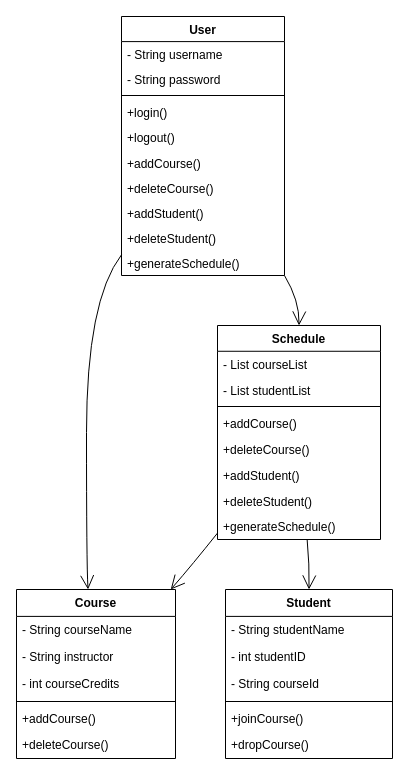
Above: Untitled Diagram.drawio in Laure-Sagar/Quiz-App (draw.io), before the change. Source tidied: cells renumbered, new cells numbered last; positions are measured from the earlier drawing's top-left corner, leaving out a move shared by most shapes. Both pictures are drawn from the tidied source at 100%, with x=0, y=0 at pixel (16, 16).
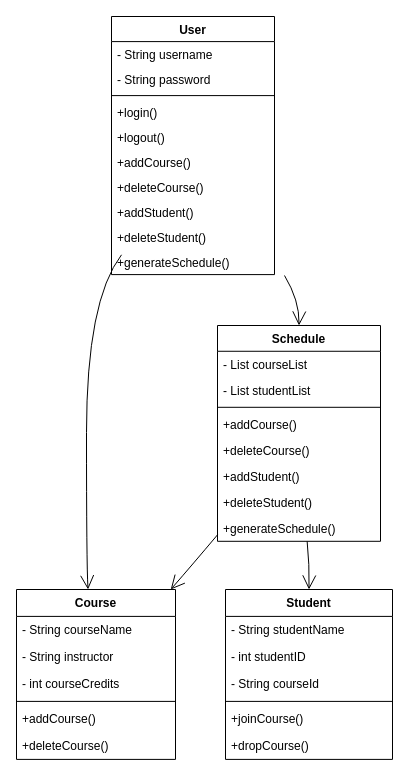
After the change.

What changed in the source:
```diff
@@
     <mxCell id="2" value="User" style="swimlane;fontStyle=1;align=center;verticalAlign=top;horizontal=1;startSize=25.1;" parent="1" vertex="1">
-      <mxGeometry x="105" width="163" height="259" as="geometry" />
+      <mxGeometry x="95" width="163" height="258.1" as="geometry" />
     </mxCell>
     <mxCell id="3" value="- String username" style="text;strokeColor=none;fillColor=none;align=left;verticalAlign=top;spacingLeft=4;spacingRight=4;overflow=hidden;" parent="2" vertex="1">
-      <mxGeometry y="25" width="163" height="25" as="geometry" />
+      <mxGeometry y="25.1" width="163" height="25" as="geometry" />
     </mxCell>
     <mxCell id="4" value="- String password" style="text;strokeColor=none;fillColor=none;align=left;verticalAlign=top;spacingLeft=4;spacingRight=4;overflow=hidden;" parent="2" vertex="1">
-      <mxGeometry y="50" width="163" height="25" as="geometry" />
+      <mxGeometry y="50.1" width="163" height="25" as="geometry" />
     </mxCell>
-    <mxCell id="5" style="line;strokeWidth=1;fillColor=none;align=left;verticalAlign=middle;spacingTop=-1;spacingLeft=3;spacingRight=3;labelPosition=right;strokeColor=inherit;" parent="2" vertex="1">
-      <mxGeometry y="75" width="163" height="8" as="geometry" />
-    </mxCell>
+    <mxCell id="40" style="line;strokeWidth=1;fillColor=none;align=left;verticalAlign=middle;spacingTop=-1;spacingLeft=3;spacingRight=3;labelPosition=right;strokeColor=inherit;" parent="2" vertex="1">
+      <mxGeometry y="75.1" width="163" height="8" as="geometry" />
+    </mxCell>
     <mxCell id="6" value="+login()" style="text;strokeColor=none;fillColor=none;align=left;verticalAlign=top;spacingLeft=4;spacingRight=4;overflow=hidden;" parent="2" vertex="1">
-      <mxGeometry y="83" width="163" height="25" as="geometry" />
+      <mxGeometry y="83.1" width="163" height="25" as="geometry" />
     </mxCell>
     <mxCell id="7" value="+logout()" style="text;strokeColor=none;fillColor=none;align=left;verticalAlign=top;spacingLeft=4;spacingRight=4;overflow=hidden;" parent="2" vertex="1">
-      <mxGeometry y="108" width="163" height="25" as="geometry" />
+      <mxGeometry y="108.1" width="163" height="25" as="geometry" />
     </mxCell>
-    <mxCell id="8" value="+addCourse()" style="text;strokeColor=none;fillColor=none;align=left;verticalAlign=top;spacingLeft=4;spacingRight=4;overflow=hidden;" parent="2" vertex="1">
-      <mxGeometry y="134" width="163" height="25" as="geometry" />
-    </mxCell>
-    <mxCell id="9" value="+deleteCourse()" style="text;strokeColor=none;fillColor=none;align=left;verticalAlign=top;spacingLeft=4;spacingRight=4;overflow=hidden;" parent="2" vertex="1">
-      <mxGeometry y="159" width="163" height="25" as="geometry" />
-    </mxCell>
-    <mxCell id="10" value="+addStudent()" style="text;strokeColor=none;fillColor=none;align=left;verticalAlign=top;spacingLeft=4;spacingRight=4;overflow=hidden;" parent="2" vertex="1">
-      <mxGeometry y="184" width="163" height="25" as="geometry" />
-    </mxCell>
-    <mxCell id="11" value="+deleteStudent()" style="text;strokeColor=none;fillColor=none;align=left;verticalAlign=top;spacingLeft=4;spacingRight=4;overflow=hidden;" parent="2" vertex="1">
-      <mxGeometry y="209" width="163" height="25" as="geometry" />
-    </mxCell>
-    <mxCell id="12" value="+generateSchedule()" style="text;strokeColor=none;fillColor=none;align=left;verticalAlign=top;spacingLeft=4;spacingRight=4;overflow=hidden;" parent="2" vertex="1">
-      <mxGeometry y="234" width="163" height="25" as="geometry" />
-    </mxCell>
+    <mxCell id="41" value="+addCourse()" style="text;strokeColor=none;fillColor=none;align=left;verticalAlign=top;spacingLeft=4;spacingRight=4;overflow=hidden;" parent="2" vertex="1">
+      <mxGeometry y="133.1" width="163" height="25" as="geometry" />
+    </mxCell>
+    <mxCell id="42" value="+deleteCourse()" style="text;strokeColor=none;fillColor=none;align=left;verticalAlign=top;spacingLeft=4;spacingRight=4;overflow=hidden;" parent="2" vertex="1">
+      <mxGeometry y="158.1" width="163" height="25" as="geometry" />
+    </mxCell>
+    <mxCell id="43" value="+addStudent()" style="text;strokeColor=none;fillColor=none;align=left;verticalAlign=top;spacingLeft=4;spacingRight=4;overflow=hidden;" parent="2" vertex="1">
+      <mxGeometry y="183.1" width="163" height="25" as="geometry" />
+    </mxCell>
+    <mxCell id="44" value="+deleteStudent()" style="text;strokeColor=none;fillColor=none;align=left;verticalAlign=top;spacingLeft=4;spacingRight=4;overflow=hidden;" parent="2" vertex="1">
+      <mxGeometry y="208.1" width="163" height="25" as="geometry" />
+    </mxCell>
+    <mxCell id="45" value="+generateSchedule()" style="text;strokeColor=none;fillColor=none;align=left;verticalAlign=top;spacingLeft=4;spacingRight=4;overflow=hidden;" parent="2" vertex="1">
+      <mxGeometry y="233.1" width="163" height="25" as="geometry" />
+    </mxCell>
     <mxCell id="13" value="Course" style="swimlane;fontStyle=1;align=center;verticalAlign=top;horizontal=1;startSize=26.899998982747395;" parent="1" vertex="1">
-      <mxGeometry y="573" width="159" height="169" as="geometry" />
+      <mxGeometry y="573" width="159" height="169.9" as="geometry" />
     </mxCell>
     <mxCell id="14" value="- String courseName" style="text;strokeColor=none;fillColor=none;align=left;verticalAlign=top;spacingLeft=4;spacingRight=4;overflow=hidden;" parent="13" vertex="1">
-      <mxGeometry y="27" width="159" height="27" as="geometry" />
+      <mxGeometry y="26.9" width="159" height="27" as="geometry" />
     </mxCell>
     <mxCell id="15" value="- String instructor" style="text;strokeColor=none;fillColor=none;align=left;verticalAlign=top;spacingLeft=4;spacingRight=4;overflow=hidden;" parent="13" vertex="1">
-      <mxGeometry y="54" width="159" height="27" as="geometry" />
+      <mxGeometry y="53.9" width="159" height="27" as="geometry" />
     </mxCell>
     <mxCell id="16" value="- int courseCredits" style="text;strokeColor=none;fillColor=none;align=left;verticalAlign=top;spacingLeft=4;spacingRight=4;overflow=hidden;" parent="13" vertex="1">
-      <mxGeometry y="81" width="159" height="27" as="geometry" />
+      <mxGeometry y="80.9" width="159" height="27" as="geometry" />
     </mxCell>
-    <mxCell id="17" style="line;strokeWidth=1;fillColor=none;align=left;verticalAlign=middle;spacingTop=-1;spacingLeft=3;spacingRight=3;labelPosition=right;strokeColor=inherit;" parent="13" vertex="1">
-      <mxGeometry y="108" width="159" height="8" as="geometry" />
-    </mxCell>
-    <mxCell id="18" value="+addCourse()" style="text;strokeColor=none;fillColor=none;align=left;verticalAlign=top;spacingLeft=4;spacingRight=4;overflow=hidden;" parent="13" vertex="1">
-      <mxGeometry y="116" width="159" height="27" as="geometry" />
-    </mxCell>
-    <mxCell id="19" value="+deleteCourse()" style="text;strokeColor=none;fillColor=none;align=left;verticalAlign=top;spacingLeft=4;spacingRight=4;overflow=hidden;" parent="13" vertex="1">
-      <mxGeometry y="142" width="159" height="27" as="geometry" />
-    </mxCell>
+    <mxCell id="46" style="line;strokeWidth=1;fillColor=none;align=left;verticalAlign=middle;spacingTop=-1;spacingLeft=3;spacingRight=3;labelPosition=right;strokeColor=inherit;" parent="13" vertex="1">
+      <mxGeometry y="107.9" width="159" height="8" as="geometry" />
+    </mxCell>
+    <mxCell id="47" value="+addCourse()" style="text;strokeColor=none;fillColor=none;align=left;verticalAlign=top;spacingLeft=4;spacingRight=4;overflow=hidden;" parent="13" vertex="1">
+      <mxGeometry y="115.9" width="159" height="27" as="geometry" />
+    </mxCell>
+    <mxCell id="48" value="+deleteCourse()" style="text;strokeColor=none;fillColor=none;align=left;verticalAlign=top;spacingLeft=4;spacingRight=4;overflow=hidden;" parent="13" vertex="1">
+      <mxGeometry y="142.9" width="159" height="27" as="geometry" />
+    </mxCell>
     <mxCell id="20" value="Schedule" style="swimlane;fontStyle=1;align=center;verticalAlign=top;horizontal=1;startSize=25.774999618530273;" parent="1" vertex="1">
-      <mxGeometry x="201" y="309" width="163" height="214" as="geometry" />
+      <mxGeometry x="201" y="309" width="163" height="215.8" as="geometry" />
     </mxCell>
     <mxCell id="21" value="- List courseList" style="text;strokeColor=none;fillColor=none;align=left;verticalAlign=top;spacingLeft=4;spacingRight=4;overflow=hidden;" parent="20" vertex="1">
-      <mxGeometry y="26" width="163" height="26" as="geometry" />
+      <mxGeometry y="25.8" width="163" height="26" as="geometry" />
     </mxCell>
     <mxCell id="22" value="- List studentList" style="text;strokeColor=none;fillColor=none;align=left;verticalAlign=top;spacingLeft=4;spacingRight=4;overflow=hidden;" parent="20" vertex="1">
-      <mxGeometry y="52" width="163" height="26" as="geometry" />
+      <mxGeometry y="51.8" width="163" height="26" as="geometry" />
     </mxCell>
-    <mxCell id="23" style="line;strokeWidth=1;fillColor=none;align=left;verticalAlign=middle;spacingTop=-1;spacingLeft=3;spacingRight=3;labelPosition=right;strokeColor=inherit;" parent="20" vertex="1">
-      <mxGeometry y="77" width="163" height="8" as="geometry" />
-    </mxCell>
-    <mxCell id="24" value="+addCourse()" style="text;strokeColor=none;fillColor=none;align=left;verticalAlign=top;spacingLeft=4;spacingRight=4;overflow=hidden;" parent="20" vertex="1">
-      <mxGeometry y="85" width="163" height="26" as="geometry" />
-    </mxCell>
-    <mxCell id="25" value="+deleteCourse()" style="text;strokeColor=none;fillColor=none;align=left;verticalAlign=top;spacingLeft=4;spacingRight=4;overflow=hidden;" parent="20" vertex="1">
-      <mxGeometry y="111" width="163" height="26" as="geometry" />
-    </mxCell>
-    <mxCell id="26" value="+addStudent()" style="text;strokeColor=none;fillColor=none;align=left;verticalAlign=top;spacingLeft=4;spacingRight=4;overflow=hidden;" parent="20" vertex="1">
-      <mxGeometry y="137" width="163" height="26" as="geometry" />
-    </mxCell>
-    <mxCell id="27" value="+deleteStudent()" style="text;strokeColor=none;fillColor=none;align=left;verticalAlign=top;spacingLeft=4;spacingRight=4;overflow=hidden;" parent="20" vertex="1">
-      <mxGeometry y="163" width="163" height="26" as="geometry" />
-    </mxCell>
-    <mxCell id="28" value="+generateSchedule()" style="text;strokeColor=none;fillColor=none;align=left;verticalAlign=top;spacingLeft=4;spacingRight=4;overflow=hidden;" parent="20" vertex="1">
-      <mxGeometry y="188" width="163" height="26" as="geometry" />
-    </mxCell>
+    <mxCell id="49" style="line;strokeWidth=1;fillColor=none;align=left;verticalAlign=middle;spacingTop=-1;spacingLeft=3;spacingRight=3;labelPosition=right;strokeColor=inherit;" parent="20" vertex="1">
+      <mxGeometry y="77.8" width="163" height="8" as="geometry" />
+    </mxCell>
+    <mxCell id="50" value="+addCourse()" style="text;strokeColor=none;fillColor=none;align=left;verticalAlign=top;spacingLeft=4;spacingRight=4;overflow=hidden;" parent="20" vertex="1">
+      <mxGeometry y="85.8" width="163" height="26" as="geometry" />
+    </mxCell>
+    <mxCell id="51" value="+deleteCourse()" style="text;strokeColor=none;fillColor=none;align=left;verticalAlign=top;spacingLeft=4;spacingRight=4;overflow=hidden;" parent="20" vertex="1">
+      <mxGeometry y="111.8" width="163" height="26" as="geometry" />
+    </mxCell>
+    <mxCell id="52" value="+addStudent()" style="text;strokeColor=none;fillColor=none;align=left;verticalAlign=top;spacingLeft=4;spacingRight=4;overflow=hidden;" parent="20" vertex="1">
+      <mxGeometry y="137.8" width="163" height="26" as="geometry" />
+    </mxCell>
+    <mxCell id="53" value="+deleteStudent()" style="text;strokeColor=none;fillColor=none;align=left;verticalAlign=top;spacingLeft=4;spacingRight=4;overflow=hidden;" parent="20" vertex="1">
+      <mxGeometry y="163.8" width="163" height="26" as="geometry" />
+    </mxCell>
+    <mxCell id="54" value="+generateSchedule()" style="text;strokeColor=none;fillColor=none;align=left;verticalAlign=top;spacingLeft=4;spacingRight=4;overflow=hidden;" parent="20" vertex="1">
+      <mxGeometry y="189.8" width="163" height="26" as="geometry" />
+    </mxCell>
     <mxCell id="29" value="Student" style="swimlane;fontStyle=1;align=center;verticalAlign=top;horizontal=1;startSize=26.899998982747395;" parent="1" vertex="1">
-      <mxGeometry x="209" y="573" width="167" height="169" as="geometry" />
+      <mxGeometry x="209" y="573" width="167" height="169.9" as="geometry" />
     </mxCell>
     <mxCell id="30" value="- String studentName" style="text;strokeColor=none;fillColor=none;align=left;verticalAlign=top;spacingLeft=4;spacingRight=4;overflow=hidden;" parent="29" vertex="1">
-      <mxGeometry y="27" width="167" height="27" as="geometry" />
+      <mxGeometry y="26.9" width="167" height="27" as="geometry" />
     </mxCell>
     <mxCell id="31" value="- int studentID" style="text;strokeColor=none;fillColor=none;align=left;verticalAlign=top;spacingLeft=4;spacingRight=4;overflow=hidden;" parent="29" vertex="1">
-      <mxGeometry y="54" width="167" height="27" as="geometry" />
+      <mxGeometry y="53.9" width="167" height="27" as="geometry" />
     </mxCell>
     <mxCell id="32" value="- String courseId" style="text;strokeColor=none;fillColor=none;align=left;verticalAlign=top;spacingLeft=4;spacingRight=4;overflow=hidden;" parent="29" vertex="1">
-      <mxGeometry y="81" width="167" height="27" as="geometry" />
+      <mxGeometry y="80.9" width="167" height="27" as="geometry" />
     </mxCell>
-    <mxCell id="33" style="line;strokeWidth=1;fillColor=none;align=left;verticalAlign=middle;spacingTop=-1;spacingLeft=3;spacingRight=3;labelPosition=right;strokeColor=inherit;" parent="29" vertex="1">
-      <mxGeometry y="108" width="167" height="8" as="geometry" />
-    </mxCell>
+    <mxCell id="55" style="line;strokeWidth=1;fillColor=none;align=left;verticalAlign=middle;spacingTop=-1;spacingLeft=3;spacingRight=3;labelPosition=right;strokeColor=inherit;" parent="29" vertex="1">
+      <mxGeometry y="107.9" width="167" height="8" as="geometry" />
+    </mxCell>
     <mxCell id="34" value="+joinCourse()" style="text;strokeColor=none;fillColor=none;align=left;verticalAlign=top;spacingLeft=4;spacingRight=4;overflow=hidden;" parent="29" vertex="1">
-      <mxGeometry y="116" width="167" height="27" as="geometry" />
+      <mxGeometry y="115.9" width="167" height="27" as="geometry" />
     </mxCell>
     <mxCell id="35" value="+dropCourse()" style="text;strokeColor=none;fillColor=none;align=left;verticalAlign=top;spacingLeft=4;spacingRight=4;overflow=hidden;" parent="29" vertex="1">
-      <mxGeometry y="142" width="167" height="27" as="geometry" />
+      <mxGeometry y="142.9" width="167" height="27" as="geometry" />
     </mxCell>
-    <mxCell id="36" style="curved=1;startArrow=none;endArrow=open;endSize=12;exitX=0;exitY=0.92;entryX=0.45;entryY=0;" parent="1" edge="1" source="2" target="13">
-      <mxGeometry relative="1" as="geometry">
-        <Array as="points">
-          <mxPoint x="70" y="284" />
-          <mxPoint x="70" y="548" />
-        </Array>
-      </mxGeometry>
-    </mxCell>
-    <mxCell id="37" style="curved=1;startArrow=none;endArrow=open;endSize=12;exitX=1;exitY=1;entryX=0.5;entryY=0;" parent="1" edge="1" source="2" target="20">
-      <mxGeometry relative="1" as="geometry">
-        <Array as="points">
-          <mxPoint x="283" y="284" />
-        </Array>
-      </mxGeometry>
-    </mxCell>
+    <mxCell id="56" style="curved=1;startArrow=none;endArrow=open;endSize=12;exitX=0;exitY=0.92;entryX=0.45;entryY=0;" parent="1" edge="1" target="13">
+      <mxGeometry relative="1" as="geometry">
+        <mxPoint x="105" y="238.3" as="sourcePoint" />
+        <Array as="points">
+          <mxPoint x="70" y="284" />
+          <mxPoint x="70" y="548" />
+        </Array>
+      </mxGeometry>
+    </mxCell>
+    <mxCell id="57" style="curved=1;startArrow=none;endArrow=open;endSize=12;exitX=1;exitY=1;entryX=0.5;entryY=0;" parent="1" edge="1" target="20">
+      <mxGeometry relative="1" as="geometry">
+        <mxPoint x="268" y="259" as="sourcePoint" />
+        <Array as="points">
+          <mxPoint x="283" y="284" />
+        </Array>
+      </mxGeometry>
+    </mxCell>
```
